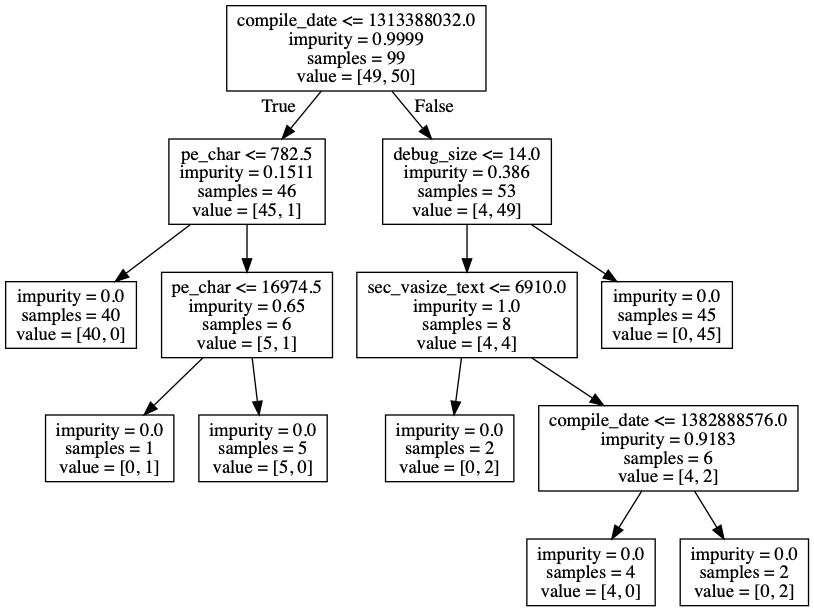
kandarpck/security-analytics keeps this Graphviz diagram as homework2/images/temp.png. Above is the earlier version. Its source is kept beside it as homework2/images/temp.dot.
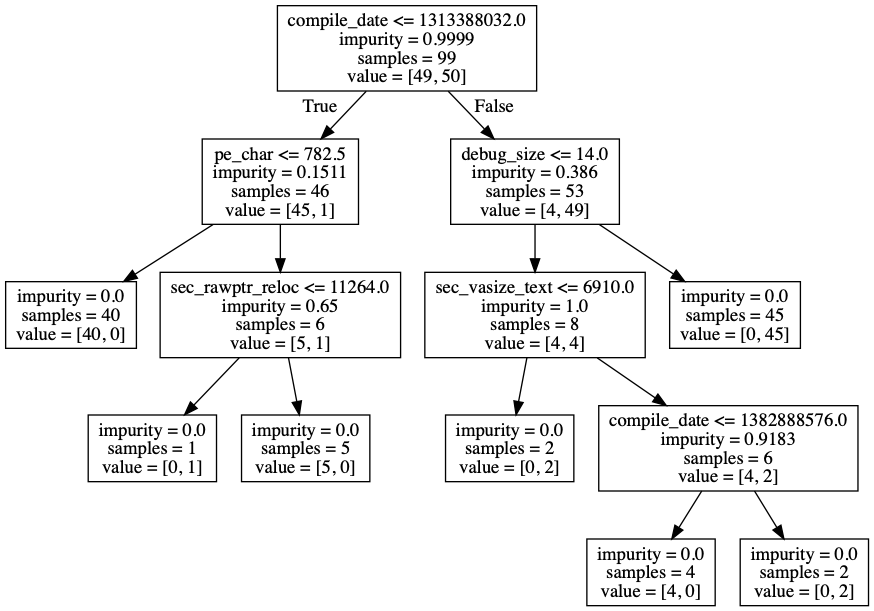
After the commit.

What changed in the source:
```diff
@@ -5,7 +5,7 @@
 0 -> 1 [labeldistance=2.5, labelangle=45, headlabel="True"] ;
 2 [label="impurity = 0.0\nsamples = 40\nvalue = [40, 0]"] ;
 1 -> 2 ;
-3 [label="pe_char <= 16974.5\nimpurity = 0.65\nsamples = 6\nvalue = [5, 1]"] ;
+3 [label="sec_rawptr_reloc <= 11264.0\nimpurity = 0.65\nsamples = 6\nvalue = [5, 1]"] ;
 1 -> 3 ;
 4 [label="impurity = 0.0\nsamples = 1\nvalue = [0, 1]"] ;
 3 -> 4 ;
```
